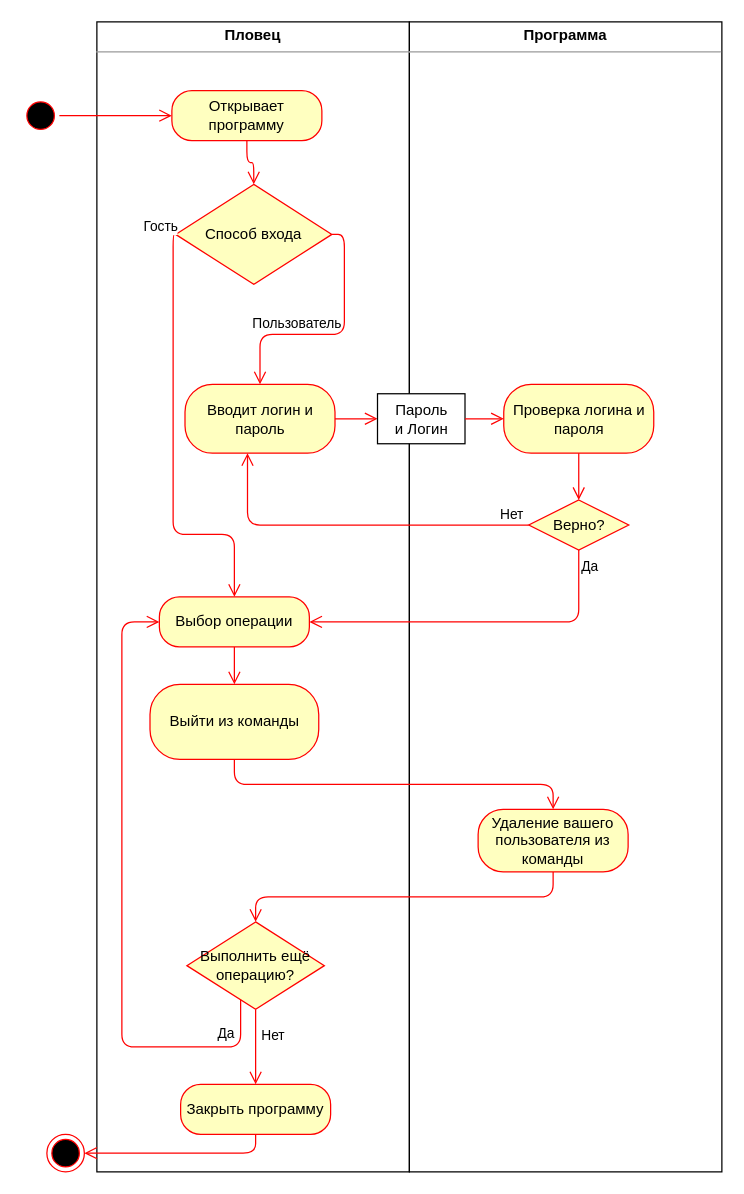
Earlier version of the draw.io diagram page "Удаление(Пловец)" (7 of 10) of business_process_diagram.drawio (hardlywave/PPVIS). Source tidied: cells renumbered, new cells numbered last; positions are measured from the earlier drawing's top-left corner, leaving out a move shared by most shapes. Both pictures are drawn from the tidied source at 125%, with x=0, y=0 at pixel (21, 21).
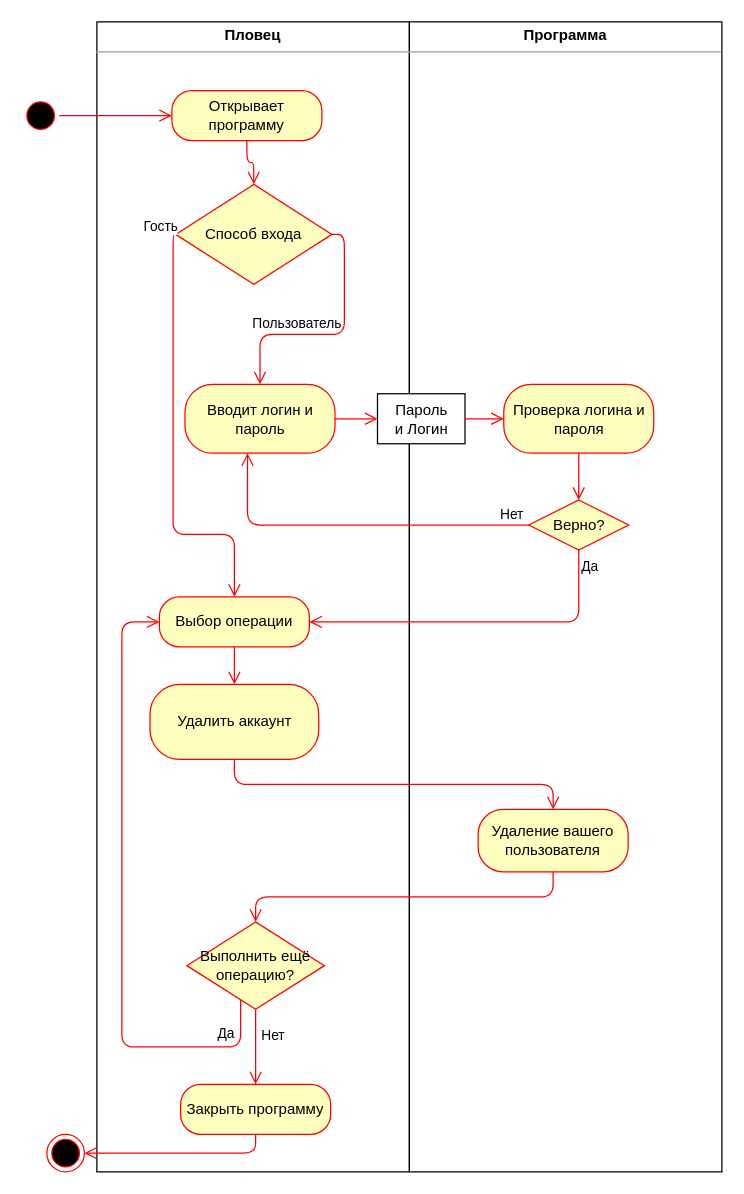
The same page after the edit.

Change to the diagram source:
```diff
@@
-    <mxCell id="13" value="Выйти из команды" style="rounded=1;whiteSpace=wrap;html=1;arcSize=40;fontColor=#000000;fillColor=#ffffc0;strokeColor=#ff0000;" parent="1" vertex="1">
+    <mxCell id="13" value="Удалить аккаунт" style="rounded=1;whiteSpace=wrap;html=1;arcSize=40;fontColor=#000000;fillColor=#ffffc0;strokeColor=#ff0000;" parent="1" vertex="1">
       <mxGeometry x="102.5" y="530" width="135" height="60" as="geometry" />
     </mxCell>
-    <mxCell id="14" value="Удаление вашего пользователя из команды" style="rounded=1;whiteSpace=wrap;html=1;arcSize=40;fontColor=#000000;fillColor=#ffffc0;strokeColor=#ff0000;" parent="1" vertex="1">
+    <mxCell id="14" value="Удаление вашего пользователя" style="rounded=1;whiteSpace=wrap;html=1;arcSize=40;fontColor=#000000;fillColor=#ffffc0;strokeColor=#ff0000;" parent="1" vertex="1">
       <mxGeometry x="365" y="630" width="120" height="50" as="geometry" />
     </mxCell>
```
